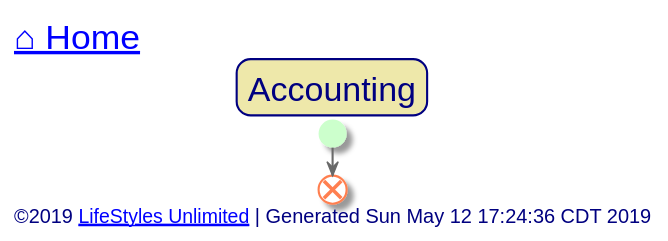
toddmo/lifestylesunlimited keeps this PlantUML diagram as out/src/unlimited-lifestyle/accounting.svg. Above is the earlier version. The source it was exported from:
```plantuml
@startuml accounting


skinparam {
  BorderColor Red
  PathHoverColor Blue
}

skinparam Title {
  FontColor Navy
  BackgroundColor PaleGoldenRod
  BorderColor Navy
  BorderRoundCorner 20
  FontSize 24
}

skinparam activity {
  BackgroundColor Ivory
  BorderColor CornflowerBlue
  BorderThickness 1
  FontColor DimGray


  Arrow {
    Color dimgray
    FontColor dimgray
  }

  Start {
    Color PHYSICAL
  }

  End {
    Color Coral
  }

  Diamond {
    BackgroundColor Ivory
    BorderColor CornflowerBlue
    FontColor DarkGray
  }

  BackgroundColor<< Exception >> Red
	BorderColor<< Exception >> White
}

skinparam Swimlane {
  BorderColor CornflowerBlue
}

skinparam Partition {
  BackgroundColor Ivory
  BorderColor CornflowerBlue
  BorderThickness 1
  FontColor CornflowerBlue
  FontSize 16
  BorderRoundCorner 20
}

skinparam Note {
  BackgroundColor LightSteelBlue
  BorderColor CornflowerBlue
  FontColor White
}

skinparam Legend {
  BackgroundColor LightSteelBlue
  BorderColor CornflowerBlue
  FontColor White
}

skinparam Footer {
  FontColor Navy
}


left header
	<font color=Navy size=24>[[../index.svg?sanitize=true ⌂ Home]]</font>
endheader


	Title Accounting

	start

	end


left footer
	<font size=14>©2019 [[http://www.lifestylesunlimited.com LifeStyles Unlimited]] | Generated Sun May 12 17:24:36 CDT 2019</font>
endfooter


@enduml
```
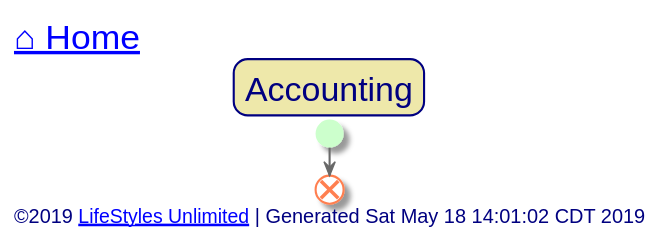
Later version of the same file.

The edit, as a diff of the source:
```diff
@@ -87,7 +87,7 @@
 
 
 left footer
-	<font size=14>©2019 [[http://www.lifestylesunlimited.com LifeStyles Unlimited]] | Generated Sun May 12 17:24:36 CDT 2019</font>
+	<font size=14>©2019 [[http://www.lifestylesunlimited.com LifeStyles Unlimited]] | Generated Sat May 18 14:01:02 CDT 2019</font>
 endfooter
 
 
```
